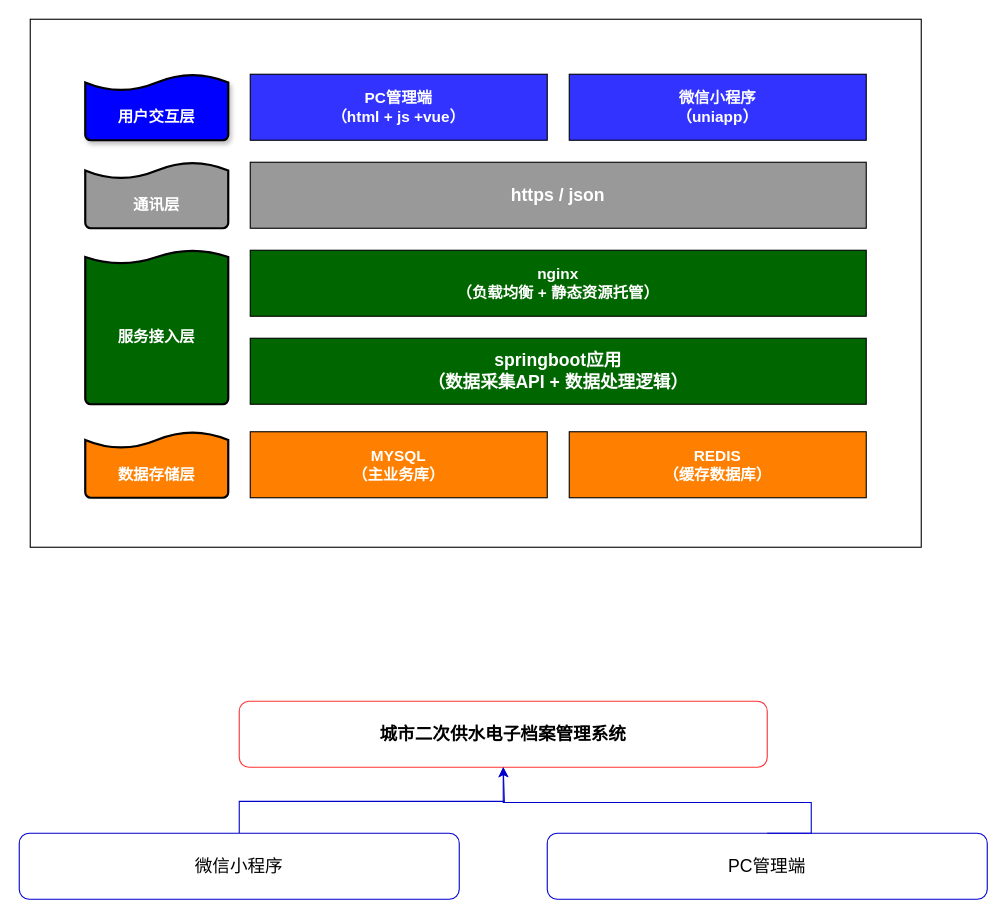
wuiiao/test keeps this draw.io diagram as 未命名绘图.drawio. Above is the earlier version. Source tidied: cells renumbered, new cells numbered last; positions are measured from the earlier drawing's top-left corner, leaving out a move shared by most shapes. Both pictures are drawn from the tidied source at 110%, with x=0, y=0 at pixel (19, 19).
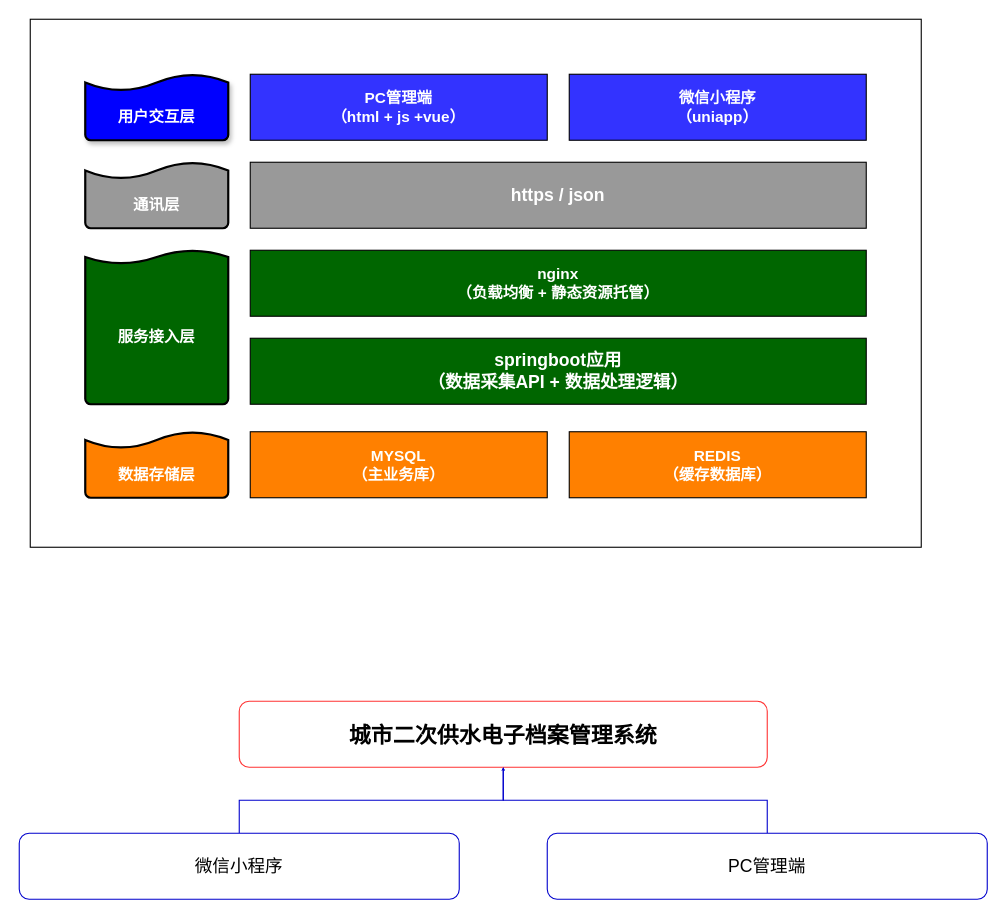
The same page after the edit.

Commit message:
更新未命名绘图.drawio

The change refers to these unchanged cells:
```xml
<mxCell id="16" value="微信小程序" style="rounded=1;whiteSpace=wrap;html=1;fontSize=16;strokeColor=light-dark(#0000CC,#FFFFFF);" parent="1" vertex="1">
  <mxGeometry y="740" width="400" height="60" as="geometry" />
</mxCell>
<mxCell id="17" value="PC管理端" style="rounded=1;whiteSpace=wrap;html=1;fontSize=16;strokeColor=light-dark(#0000CC,#FFFFFF);" parent="1" vertex="1">
  <mxGeometry x="480" y="740" width="400" height="60" as="geometry" />
</mxCell>
```

What changed in the source:
```diff
@@
-    <mxCell id="14" value="城市二次供水电子档案管理系统" style="rounded=1;whiteSpace=wrap;html=1;fontSize=16;fontStyle=1;strokeColor=light-dark(#FF3333,#FFFFFF);" parent="1" vertex="1">
+    <mxCell id="14" value="城市二次供水电子档案管理系统" style="rounded=1;whiteSpace=wrap;html=1;fontSize=20;fontStyle=1;strokeColor=light-dark(#FF3333,#FFFFFF);" parent="1" vertex="1">
       <mxGeometry x="200" y="620" width="480" height="60" as="geometry" />
     </mxCell>
-    <mxCell id="15" style="edgeStyle=orthogonalEdgeStyle;rounded=0;jettySize=auto;html=1;exitX=0.5;exitY=0;exitDx=0;exitDy=0;strokeColor=light-dark(#0000CC,#FFFFFF);" parent="1" edge="1" source="16">
-      <mxGeometry relative="1" as="geometry">
-        <mxPoint x="440" y="680" as="targetPoint" />
-        <Array as="points">
-          <mxPoint x="200" y="711" />
-          <mxPoint x="441" y="711" />
-        </Array>
-      </mxGeometry>
-    </mxCell>
+    <mxCell id="19" style="edgeStyle=orthogonalEdgeStyle;rounded=0;jettySize=auto;html=1;exitX=0.5;exitY=0;exitDx=0;exitDy=0;entryX=0.5;entryY=1;entryDx=0;entryDy=0;endSize=0;startSize=0;strokeColor=light-dark(#0000CC,#FFFFFF);" parent="1" edge="1" source="16" target="14">
+      <mxGeometry relative="1" as="geometry" />
+    </mxCell>
@@
+    <mxCell id="20" style="edgeStyle=orthogonalEdgeStyle;rounded=0;jettySize=auto;html=1;exitX=0.5;exitY=0;exitDx=0;exitDy=0;entryX=0.5;entryY=1;entryDx=0;entryDy=0;strokeColor=light-dark(#0000CC,#FFFFFF);curved=0;endSize=0;startSize=0;" parent="1" edge="1" source="17" target="14">
+      <mxGeometry relative="1" as="geometry" />
+    </mxCell>
@@
-    <mxCell id="18" style="edgeStyle=orthogonalEdgeStyle;rounded=0;jettySize=auto;html=1;entryX=0.526;entryY=1.07;entryDx=0;entryDy=0;entryPerimeter=0;exitX=0.5;exitY=0;exitDx=0;exitDy=0;strokeColor=light-dark(#0000CC,#FFFFFF);" parent="1" edge="1" source="17">
-      <mxGeometry relative="1" as="geometry">
-        <mxPoint x="440" y="680" as="targetPoint" />
-        <Array as="points">
-          <mxPoint x="720" y="740" />
-          <mxPoint x="720" y="712" />
-          <mxPoint x="440" y="712" />
-        </Array>
-      </mxGeometry>
-    </mxCell>
```
